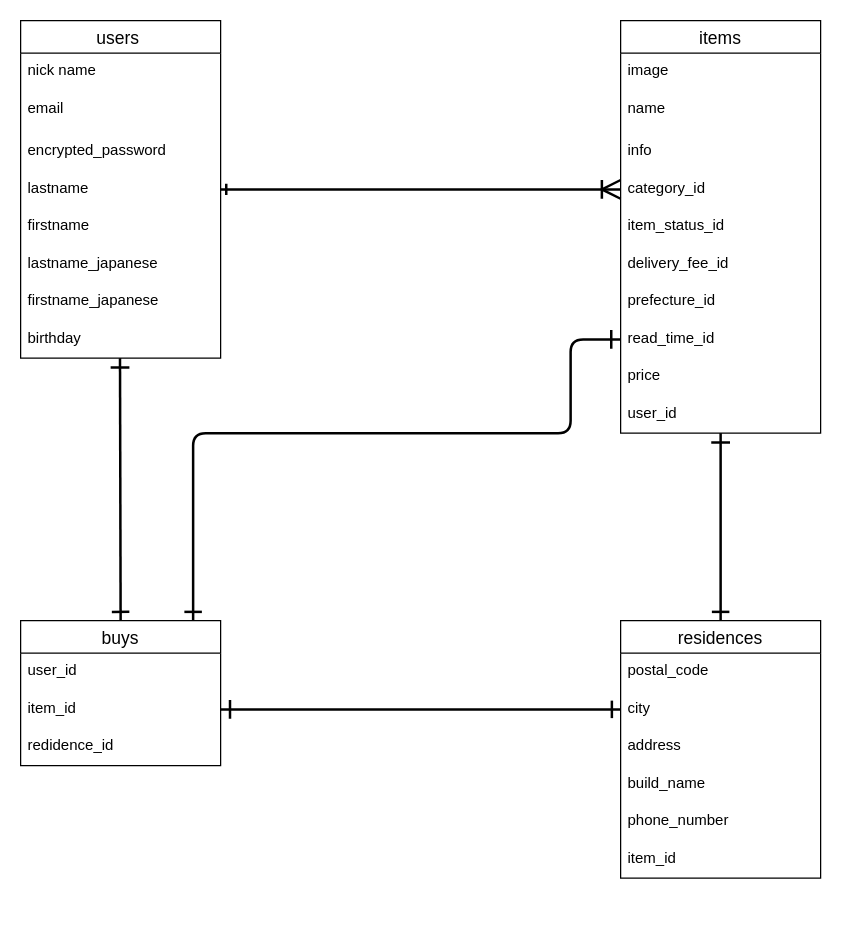
Earlier version of the draw.io diagram ER .dio (saikinkatenai95/furima-36169). Source tidied: cells renumbered, new cells numbered last; positions are measured from the earlier drawing's top-left corner, leaving out a move shared by most shapes. Both pictures are drawn from the tidied source at 125%, with x=0, y=0 at pixel (20, 20).
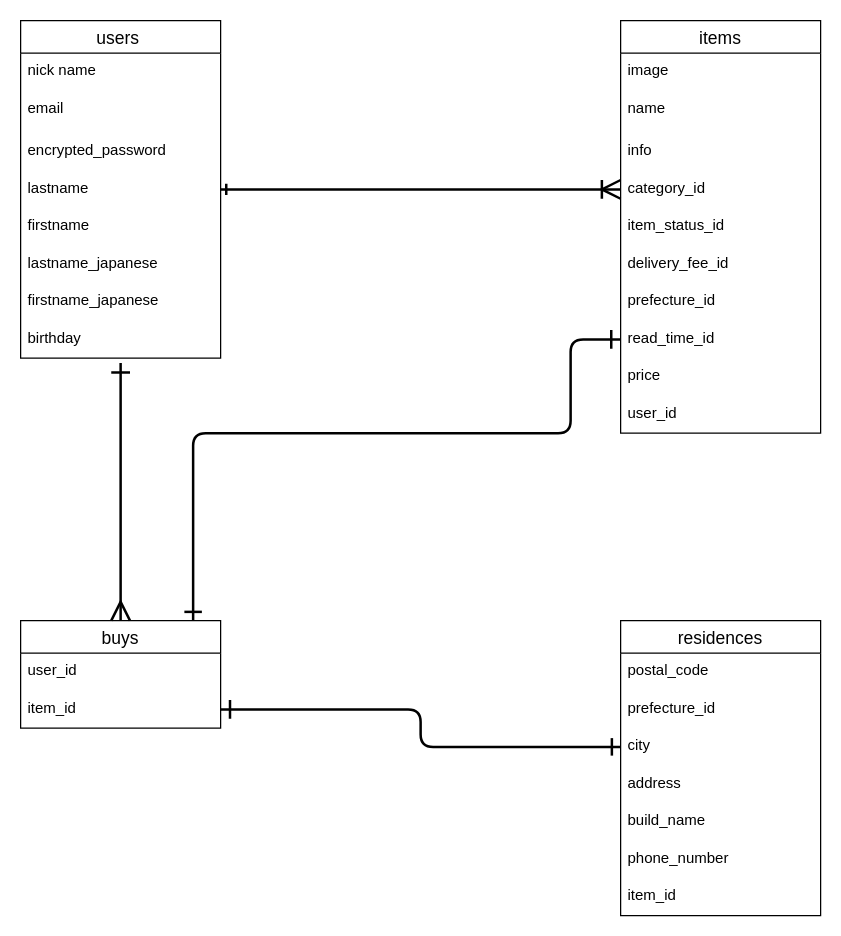
The same diagram, later.

Commit message (it also covers changes not shown here):
カラムの修正及びアソシエーションの修正

The change refers to these unchanged cells:
```xml
<mxCell id="10" value="birthday" style="text;strokeColor=none;fillColor=none;spacingLeft=4;spacingRight=4;overflow=hidden;points=[[0,0.5],[1,0.5]];portConstraint=eastwest;fontSize=12;" parent="2" vertex="1">
  <mxGeometry y="240" width="160" height="30" as="geometry" />
</mxCell>
```

What changed in the source:
```diff
@@
     <mxCell id="22" value="residences" style="swimlane;fontStyle=0;horizontal=1;startSize=26;align=center;fontSize=14;" parent="1" vertex="1">
-      <mxGeometry x="480" y="480" width="160" height="206" as="geometry" />
+      <mxGeometry x="480" y="480" width="160" height="236" as="geometry" />
     </mxCell>
@@
+    <mxCell id="38" value="prefecture_id" style="text;strokeColor=none;fillColor=none;spacingLeft=4;spacingRight=4;overflow=hidden;fontSize=12;" parent="22" vertex="1">
+      <mxGeometry y="56" width="160" height="30" as="geometry" />
+    </mxCell>
     <mxCell id="24" value="city" style="text;strokeColor=none;fillColor=none;spacingLeft=4;spacingRight=4;overflow=hidden;points=[[0,0.5],[1,0.5]];portConstraint=eastwest;fontSize=12;" parent="22" vertex="1">
-      <mxGeometry y="56" width="160" height="30" as="geometry" />
+      <mxGeometry y="86" width="160" height="30" as="geometry" />
     </mxCell>
     <mxCell id="25" value="address" style="text;strokeColor=none;fillColor=none;spacingLeft=4;spacingRight=4;overflow=hidden;fontSize=12;" parent="22" vertex="1">
-      <mxGeometry y="86" width="160" height="30" as="geometry" />
+      <mxGeometry y="116" width="160" height="30" as="geometry" />
     </mxCell>
     <mxCell id="26" value="build_name" style="text;strokeColor=none;fillColor=none;spacingLeft=4;spacingRight=4;overflow=hidden;fontSize=12;" parent="22" vertex="1">
-      <mxGeometry y="116" width="160" height="30" as="geometry" />
+      <mxGeometry y="146" width="160" height="30" as="geometry" />
     </mxCell>
     <mxCell id="27" value="phone_number" style="text;strokeColor=none;fillColor=none;spacingLeft=4;spacingRight=4;overflow=hidden;fontSize=12;" parent="22" vertex="1">
-      <mxGeometry y="146" width="160" height="30" as="geometry" />
+      <mxGeometry y="176" width="160" height="30" as="geometry" />
     </mxCell>
     <mxCell id="28" value="item_id" style="text;strokeColor=none;fillColor=none;spacingLeft=4;spacingRight=4;overflow=hidden;fontSize=12;" parent="22" vertex="1">
-      <mxGeometry y="176" width="160" height="30" as="geometry" />
+      <mxGeometry y="206" width="160" height="30" as="geometry" />
     </mxCell>
@@
-    <mxCell id="30" style="edgeStyle=orthogonalEdgeStyle;fontSize=12;html=1;endArrow=ERone;startArrow=ERone;startSize=11;endSize=12;targetPerimeterSpacing=0;strokeWidth=2;startFill=0;endFill=0;" parent="1" edge="1">
-      <mxGeometry relative="1" as="geometry">
-        <mxPoint x="560" y="480" as="sourcePoint" />
-        <mxPoint x="560" y="330" as="targetPoint" />
-      </mxGeometry>
-    </mxCell>
     <mxCell id="31" value="buys" style="swimlane;fontStyle=0;horizontal=1;startSize=26;align=center;fontSize=14;" parent="1" vertex="1">
-      <mxGeometry y="480" width="160" height="116" as="geometry" />
+      <mxGeometry y="480" width="160" height="86" as="geometry" />
     </mxCell>
@@
-    <mxCell id="34" value="redidence_id" style="text;strokeColor=none;fillColor=none;spacingLeft=4;spacingRight=4;overflow=hidden;fontSize=12;" parent="31" vertex="1">
-      <mxGeometry y="86" width="160" height="30" as="geometry" />
-    </mxCell>
@@
-    <mxCell id="36" style="edgeStyle=orthogonalEdgeStyle;fontSize=12;html=1;endArrow=ERone;startArrow=ERone;startSize=11;endSize=12;targetPerimeterSpacing=0;strokeWidth=2;startFill=0;endFill=0;exitX=0.5;exitY=0;exitDx=0;exitDy=0;" parent="1" edge="1" source="31">
-      <mxGeometry relative="1" as="geometry">
-        <mxPoint x="79.5" y="270" as="targetPoint" />
-      </mxGeometry>
-    </mxCell>
@@
+    <mxCell id="39" style="endArrow=ERmany;html=1;rounded=0;entryX=0.5;entryY=0;entryDx=0;entryDy=0;exitX=0.5;exitY=1.133;exitDx=0;exitDy=0;exitPerimeter=0;startArrow=ERone;startFill=0;endSize=12;startSize=12;endFill=0;strokeWidth=2;" parent="1" edge="1" source="10" target="31">
+      <mxGeometry relative="1" as="geometry" />
+    </mxCell>
```
